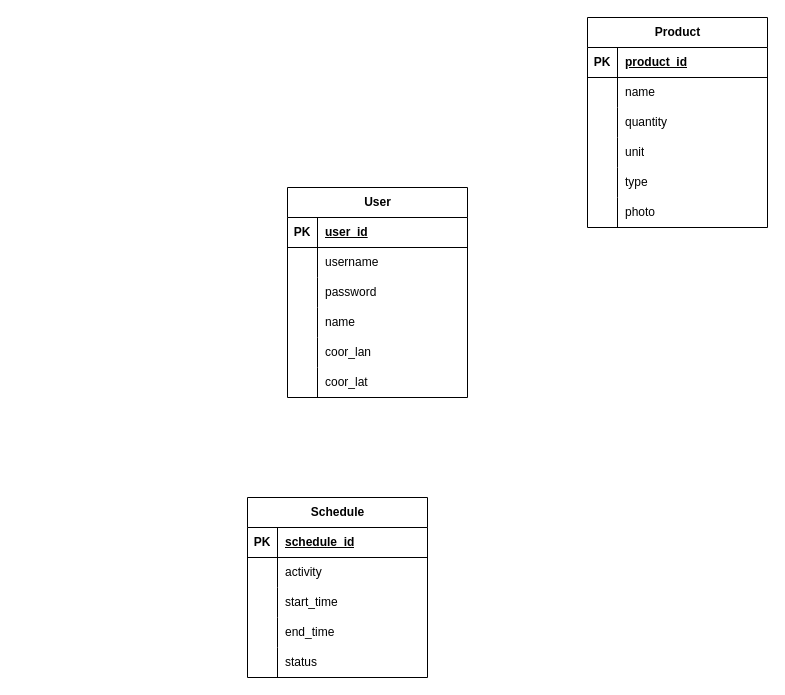
The draw.io diagram ERD_Lumbungku.drawio in hashifaq/Lumbungku, before the edit. Source tidied: cells renumbered, new cells numbered last; positions are measured from the earlier drawing's top-left corner, leaving out a move shared by most shapes. Both pictures are drawn from the tidied source at 100%, with x=0, y=0 at pixel (247, 17).
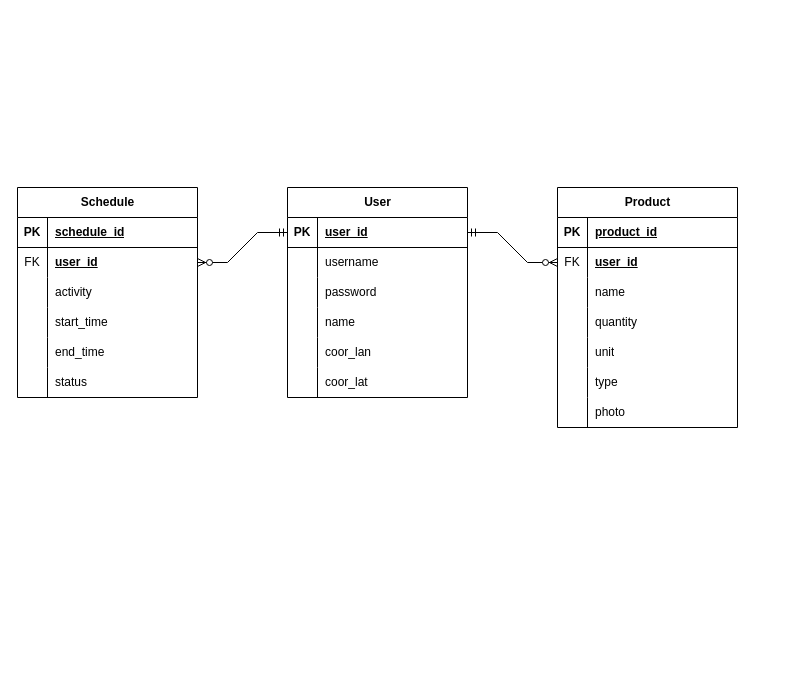
Above is the later version.

Commit message:
Update ERD_Lumbungku Relasi antar entitas.drawio

The change refers to these unchanged cells:
```xml
<mxCell id="3" style="shape=tableRow;horizontal=0;startSize=0;swimlaneHead=0;swimlaneBody=0;fillColor=none;points=[[0,0.5],[1,0.5]];portConstraint=eastwest;top=0;left=0;right=0;bottom=1;" parent="2" vertex="1">
  <mxGeometry y="30" width="180" height="30" as="geometry" />
</mxCell>
```

The edit, as a diff of the source:
```diff
@@
     <mxCell id="21" value="Schedule" style="shape=table;startSize=30;childLayout=tableLayout;rowLines=0;fontStyle=1;align=center;html=1;" parent="1" vertex="1">
-      <mxGeometry y="480" width="180" height="180" as="geometry" />
+      <mxGeometry x="-230" y="170" width="180" height="210" as="geometry" />
     </mxCell>
@@
+    <mxCell id="56" style="shape=tableRow;horizontal=0;startSize=0;swimlaneHead=0;swimlaneBody=0;fillColor=none;points=[[0,0.5],[1,0.5]];portConstraint=eastwest;top=0;left=0;right=0;bottom=0;" parent="21" vertex="1">
+      <mxGeometry y="60" width="180" height="30" as="geometry" />
+    </mxCell>
+    <mxCell id="57" value="FK" style="shape=partialRectangle;fillColor=none;top=0;left=0;bottom=0;right=0;overflow=hidden;whiteSpace=wrap;html=1;" parent="56" vertex="1">
+      <mxGeometry width="30" height="30" as="geometry" />
+    </mxCell>
+    <mxCell id="58" value="user_id" style="shape=partialRectangle;fillColor=none;top=0;left=0;bottom=0;right=0;align=left;spacingLeft=6;overflow=hidden;whiteSpace=wrap;html=1;fontStyle=5;" parent="56" vertex="1">
+      <mxGeometry x="30" width="150" height="30" as="geometry" />
+    </mxCell>
     <mxCell id="25" style="shape=tableRow;horizontal=0;startSize=0;swimlaneHead=0;swimlaneBody=0;fillColor=none;top=0;left=0;right=0;bottom=0;" parent="21" vertex="1">
-      <mxGeometry y="60" width="180" height="30" as="geometry" />
+      <mxGeometry y="90" width="180" height="30" as="geometry" />
     </mxCell>
@@
     <mxCell id="28" style="shape=tableRow;horizontal=0;startSize=0;swimlaneHead=0;swimlaneBody=0;fillColor=none;top=0;left=0;right=0;bottom=0;" parent="21" vertex="1">
-      <mxGeometry y="90" width="180" height="30" as="geometry" />
+      <mxGeometry y="120" width="180" height="30" as="geometry" />
     </mxCell>
@@
     <mxCell id="31" style="shape=tableRow;horizontal=0;startSize=0;swimlaneHead=0;swimlaneBody=0;fillColor=none;top=0;left=0;right=0;bottom=0;" parent="21" vertex="1">
-      <mxGeometry y="120" width="180" height="30" as="geometry" />
+      <mxGeometry y="150" width="180" height="30" as="geometry" />
     </mxCell>
@@
     <mxCell id="34" style="shape=tableRow;horizontal=0;startSize=0;swimlaneHead=0;swimlaneBody=0;fillColor=none;top=0;left=0;right=0;bottom=0;" parent="21" vertex="1">
-      <mxGeometry y="150" width="180" height="30" as="geometry" />
+      <mxGeometry y="180" width="180" height="30" as="geometry" />
     </mxCell>
@@
     <mxCell id="37" value="Product" style="shape=table;startSize=30;childLayout=tableLayout;rowLines=0;fontStyle=1;align=center;html=1;" parent="1" vertex="1">
-      <mxGeometry x="340" width="180" height="210" as="geometry" />
+      <mxGeometry x="310" y="170" width="180" height="240" as="geometry" />
     </mxCell>
@@
+    <mxCell id="59" style="shape=tableRow;horizontal=0;startSize=0;swimlaneHead=0;swimlaneBody=0;fillColor=none;points=[[0,0.5],[1,0.5]];portConstraint=eastwest;top=0;left=0;right=0;bottom=0;" parent="37" vertex="1">
+      <mxGeometry y="60" width="180" height="30" as="geometry" />
+    </mxCell>
+    <mxCell id="60" value="FK" style="shape=partialRectangle;fillColor=none;top=0;left=0;bottom=0;right=0;overflow=hidden;whiteSpace=wrap;html=1;" parent="59" vertex="1">
+      <mxGeometry width="30" height="30" as="geometry" />
+    </mxCell>
+    <mxCell id="61" value="&lt;b&gt;&lt;u&gt;user_id&lt;/u&gt;&lt;/b&gt;" style="shape=partialRectangle;fillColor=none;top=0;left=0;bottom=0;right=0;align=left;spacingLeft=6;overflow=hidden;whiteSpace=wrap;html=1;" parent="59" vertex="1">
+      <mxGeometry x="30" width="150" height="30" as="geometry" />
+    </mxCell>
     <mxCell id="41" style="shape=tableRow;horizontal=0;startSize=0;swimlaneHead=0;swimlaneBody=0;fillColor=none;top=0;left=0;right=0;bottom=0;" parent="37" vertex="1">
-      <mxGeometry y="60" width="180" height="30" as="geometry" />
+      <mxGeometry y="90" width="180" height="30" as="geometry" />
     </mxCell>
@@
     <mxCell id="44" style="shape=tableRow;horizontal=0;startSize=0;swimlaneHead=0;swimlaneBody=0;fillColor=none;top=0;left=0;right=0;bottom=0;" parent="37" vertex="1">
-      <mxGeometry y="90" width="180" height="30" as="geometry" />
+      <mxGeometry y="120" width="180" height="30" as="geometry" />
     </mxCell>
@@
     <mxCell id="47" style="shape=tableRow;horizontal=0;startSize=0;swimlaneHead=0;swimlaneBody=0;fillColor=none;top=0;left=0;right=0;bottom=0;" parent="37" vertex="1">
-      <mxGeometry y="120" width="180" height="30" as="geometry" />
+      <mxGeometry y="150" width="180" height="30" as="geometry" />
     </mxCell>
@@
     <mxCell id="50" style="shape=tableRow;horizontal=0;startSize=0;swimlaneHead=0;swimlaneBody=0;fillColor=none;top=0;left=0;right=0;bottom=0;" parent="37" vertex="1">
-      <mxGeometry y="150" width="180" height="30" as="geometry" />
+      <mxGeometry y="180" width="180" height="30" as="geometry" />
     </mxCell>
@@
     <mxCell id="53" style="shape=tableRow;horizontal=0;startSize=0;swimlaneHead=0;swimlaneBody=0;fillColor=none;top=0;left=0;right=0;bottom=0;" parent="37" vertex="1">
-      <mxGeometry y="180" width="180" height="30" as="geometry" />
+      <mxGeometry y="210" width="180" height="30" as="geometry" />
     </mxCell>
@@
+    <mxCell id="62" style="edgeStyle=entityRelationEdgeStyle;fontSize=12;html=1;endArrow=ERzeroToMany;startArrow=ERmandOne;rounded=0;exitX=0;exitY=0.5;exitDx=0;exitDy=0;entryX=1;entryY=0.5;entryDx=0;entryDy=0;" parent="1" edge="1" source="3" target="56">
+      <mxGeometry relative="1" as="geometry" />
+    </mxCell>
+    <mxCell id="63" style="edgeStyle=entityRelationEdgeStyle;fontSize=12;html=1;endArrow=ERzeroToMany;startArrow=ERmandOne;rounded=0;exitX=1;exitY=0.5;exitDx=0;exitDy=0;entryX=0;entryY=0.5;entryDx=0;entryDy=0;" parent="1" edge="1" source="3" target="59">
+      <mxGeometry relative="1" as="geometry" />
+    </mxCell>
```
